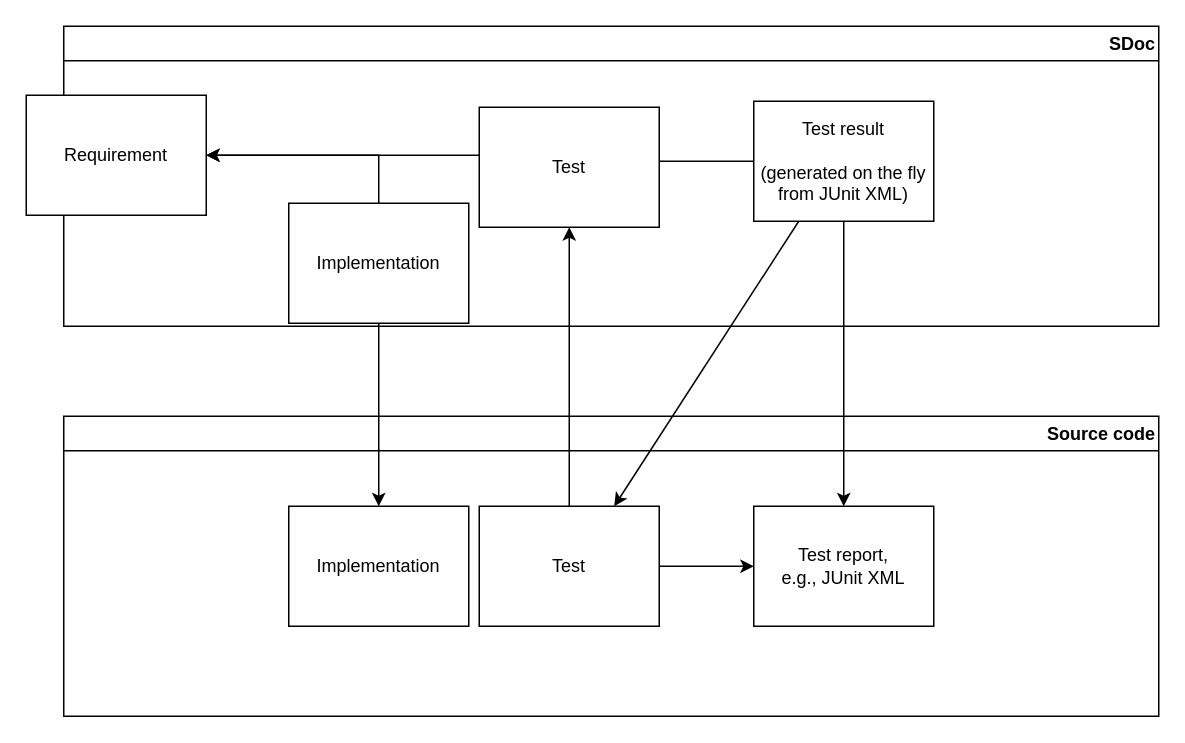
Above: page "Requirements verification" (1 of 7) of developer/drawio/Workspace.drawio in strictdoc-project/strictdoc (draw.io), before the change. Source tidied: cells renumbered, new cells numbered last; positions are measured from the earlier drawing's top-left corner, leaving out a move shared by most shapes. Both pictures are drawn from the tidied source at 150%, with x=0, y=0 at pixel (26, 26).
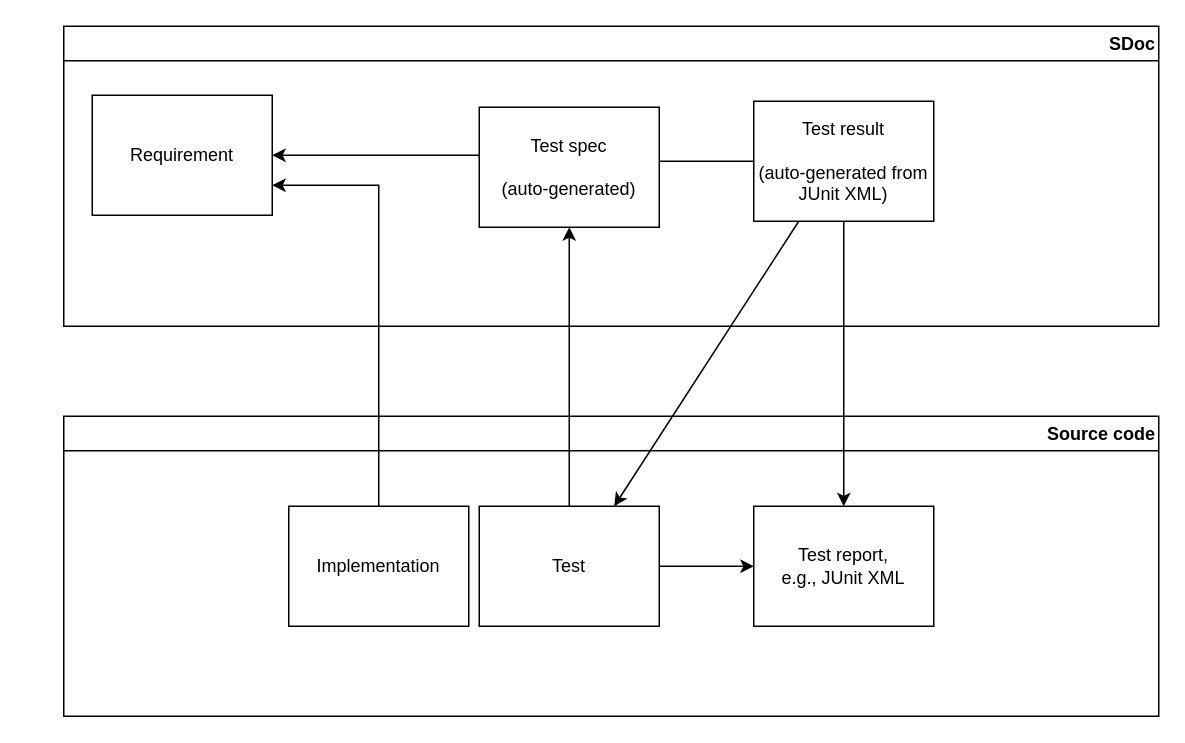
The same diagram, later.

What changed in the source:
```diff
@@
 <mxGraphModel>
   <root>
     <mxCell id="0" />
     <mxCell id="1" parent="0" />
     <mxCell id="2" style="rounded=0;jettySize=auto;html=1;exitX=0.25;exitY=1;exitDx=0;exitDy=0;entryX=0.75;entryY=0;entryDx=0;entryDy=0;" parent="1" edge="1" source="10" target="4">
       <mxGeometry relative="1" as="geometry" />
     </mxCell>
     <mxCell id="3" value="Source code" style="swimlane;align=right;swimlaneLine=1;fillColor=none;" parent="1" vertex="1">
       <mxGeometry x="25" y="260" width="730" height="200" as="geometry" />
     </mxCell>
     <mxCell id="4" value="Test" style="rounded=0;whiteSpace=wrap;html=1;" parent="3" vertex="1">
       <mxGeometry x="277" y="60" width="120" height="80" as="geometry" />
     </mxCell>
     <mxCell id="5" value="Test report,&lt;div&gt;&lt;span style=&quot;background-color: transparent; color: light-dark(rgb(0, 0, 0), rgb(255, 255, 255));&quot;&gt;e.g., JUnit XML&lt;/span&gt;&lt;/div&gt;" style="rounded=0;whiteSpace=wrap;html=1;" parent="3" vertex="1">
       <mxGeometry x="460" y="60" width="120" height="80" as="geometry" />
     </mxCell>
     <mxCell id="6" style="edgeStyle=orthogonalEdgeStyle;rounded=0;jettySize=auto;html=1;exitX=1;exitY=0.5;exitDx=0;exitDy=0;" parent="3" edge="1" source="4" target="5">
       <mxGeometry relative="1" as="geometry" />
     </mxCell>
     <mxCell id="7" value="Implementation" style="rounded=0;whiteSpace=wrap;html=1;" parent="3" vertex="1">
       <mxGeometry x="150" y="60" width="120" height="80" as="geometry" />
     </mxCell>
     <mxCell id="8" value="SDoc" style="swimlane;align=right;" parent="1" vertex="1">
       <mxGeometry x="25" width="730" height="200" as="geometry" />
     </mxCell>
     <mxCell id="9" value="Requirement" style="rounded=0;whiteSpace=wrap;html=1;" parent="8" vertex="1">
-      <mxGeometry x="-25" y="46" width="120" height="80" as="geometry" />
+      <mxGeometry x="19" y="46" width="120" height="80" as="geometry" />
     </mxCell>
-    <mxCell id="10" value="Test result&lt;div&gt;&lt;br&gt;&lt;/div&gt;&lt;div&gt;(generated on the fly from JUnit XML)&lt;/div&gt;" style="rounded=0;whiteSpace=wrap;html=1;" parent="8" vertex="1">
+    <mxCell id="10" value="Test result&lt;div&gt;&lt;br&gt;&lt;/div&gt;&lt;div&gt;(auto-generated from JUnit XML)&lt;/div&gt;" style="rounded=0;whiteSpace=wrap;html=1;" parent="8" vertex="1">
       <mxGeometry x="460" y="50" width="120" height="80" as="geometry" />
     </mxCell>
     <mxCell id="11" style="edgeStyle=orthogonalEdgeStyle;rounded=0;jettySize=auto;html=1;exitX=0;exitY=0.5;exitDx=0;exitDy=0;entryX=1;entryY=0.5;entryDx=0;entryDy=0;" parent="8" edge="1" source="10" target="9">
       <mxGeometry relative="1" as="geometry" />
     </mxCell>
-    <mxCell id="12" value="Test" style="rounded=0;whiteSpace=wrap;html=1;" parent="8" vertex="1">
+    <mxCell id="12" value="Test spec&lt;div&gt;&lt;br&gt;&lt;/div&gt;&lt;div&gt;(auto-generated)&lt;/div&gt;" style="rounded=0;whiteSpace=wrap;html=1;" parent="8" vertex="1">
       <mxGeometry x="277" y="54" width="120" height="80" as="geometry" />
     </mxCell>
-    <mxCell id="13" style="edgeStyle=orthogonalEdgeStyle;rounded=0;jettySize=auto;html=1;exitX=0.5;exitY=0;exitDx=0;exitDy=0;entryX=1;entryY=0.5;entryDx=0;entryDy=0;" parent="8" edge="1" source="14" target="9">
-      <mxGeometry relative="1" as="geometry" />
-    </mxCell>
-    <mxCell id="14" value="Implementation" style="rounded=0;whiteSpace=wrap;html=1;" parent="8" vertex="1">
-      <mxGeometry x="150" y="118" width="120" height="80" as="geometry" />
-    </mxCell>
     <mxCell id="15" style="edgeStyle=orthogonalEdgeStyle;rounded=0;jettySize=auto;html=1;exitX=0.5;exitY=1;exitDx=0;exitDy=0;entryX=0.5;entryY=0;entryDx=0;entryDy=0;" parent="1" edge="1" source="10" target="5">
       <mxGeometry relative="1" as="geometry" />
     </mxCell>
     <mxCell id="16" style="edgeStyle=orthogonalEdgeStyle;rounded=0;jettySize=auto;html=1;exitX=0.5;exitY=0;exitDx=0;exitDy=0;entryX=0.5;entryY=1;entryDx=0;entryDy=0;" parent="1" edge="1" source="4" target="12">
       <mxGeometry relative="1" as="geometry" />
     </mxCell>
-    <mxCell id="17" style="edgeStyle=orthogonalEdgeStyle;rounded=0;jettySize=auto;html=1;exitX=0.5;exitY=1;exitDx=0;exitDy=0;" parent="1" edge="1" source="14" target="7">
+    <mxCell id="17" style="edgeStyle=orthogonalEdgeStyle;rounded=0;jettySize=auto;html=1;entryX=1;entryY=0.75;entryDx=0;entryDy=0;exitX=0.5;exitY=0;exitDx=0;exitDy=0;" parent="1" edge="1" source="7" target="9">
       <mxGeometry relative="1" as="geometry" />
     </mxCell>
   </root>
 </mxGraphModel>
```
